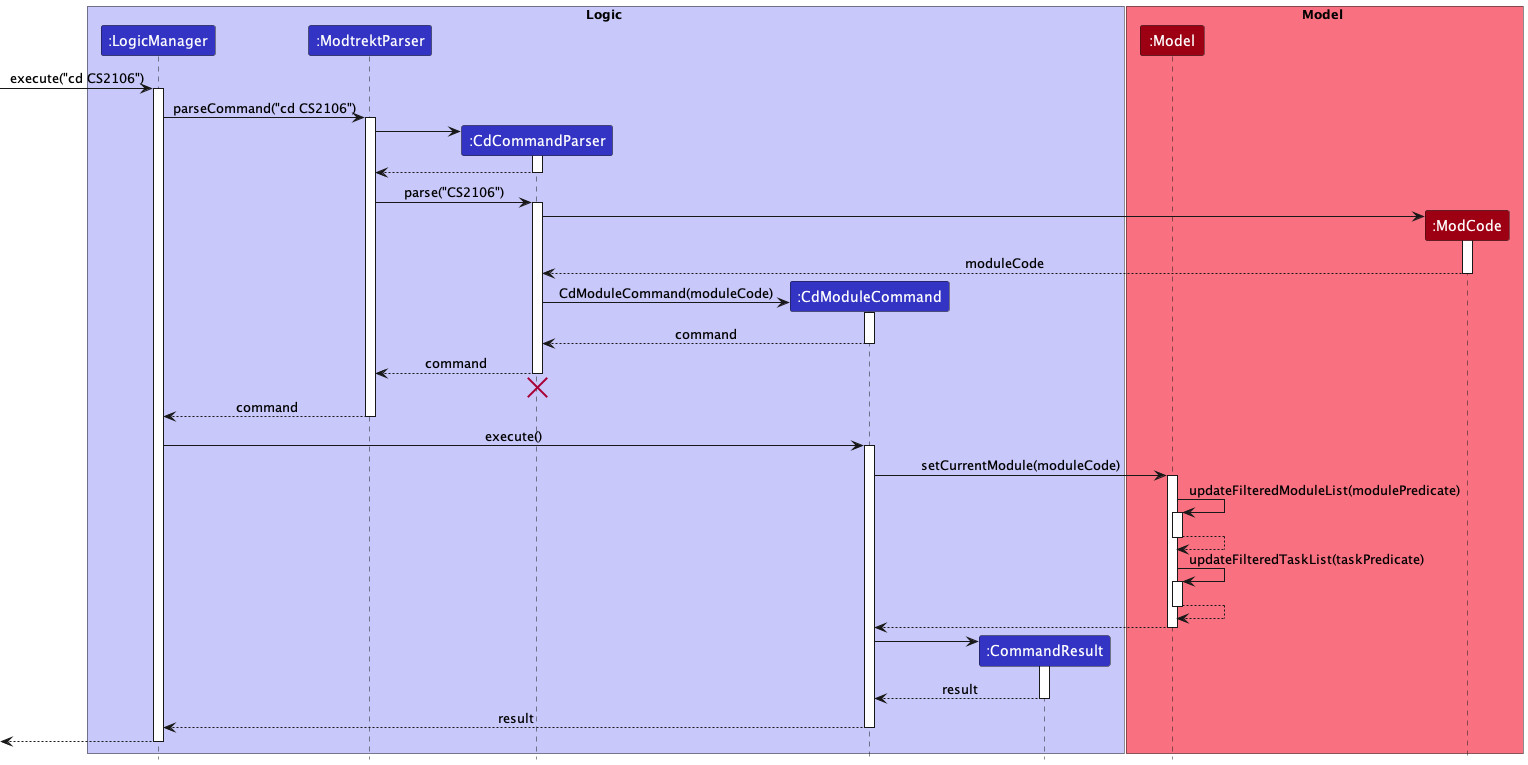
The PlantUML diagram docs/images/CdSequenceDiagram.png in nus-cs2103-AY2223S1/tp, before a commit. Its diagram source:
```plantuml
@startuml
!include ./style.puml
<style>
</style>
box Logic LOGIC_COLOR_T1
participant ":LogicManager" as LogicManager LOGIC_COLOR
participant ":ModtrektParser" as ModtrektParser LOGIC_COLOR
participant ":CdCommandParser" as CdCommandParser LOGIC_COLOR
participant ":CdModuleCommand" as CdModuleCommand LOGIC_COLOR
participant ":CommandResult" as CommandResult LOGIC_COLOR
end box

box Model MODEL_COLOR_T1
participant ":Model" as Model MODEL_COLOR
participant ":ModCode" as ModCode MODEL_COLOR
end box

[-> LogicManager : execute("cd CS2106")
activate LogicManager

LogicManager -> ModtrektParser : parseCommand("cd CS2106")
activate ModtrektParser

create CdCommandParser
ModtrektParser -> CdCommandParser
activate CdCommandParser

CdCommandParser --> ModtrektParser
deactivate CdCommandParser

ModtrektParser -> CdCommandParser : parse("CS2106")
activate CdCommandParser

create ModCode
CdCommandParser -> ModCode
activate ModCode

ModCode --> CdCommandParser : moduleCode
deactivate ModCode

create CdModuleCommand
CdCommandParser -> CdModuleCommand : CdModuleCommand(moduleCode)
activate CdModuleCommand

CdModuleCommand --> CdCommandParser : command
deactivate CdModuleCommand

CdCommandParser --> ModtrektParser : command
deactivate CdCommandParser
CdCommandParser -[hidden]-> ModtrektParser
destroy CdCommandParser

ModtrektParser --> LogicManager : command
deactivate ModtrektParser

LogicManager -> CdModuleCommand : execute()
activate CdModuleCommand

CdModuleCommand -> Model : setCurrentModule(moduleCode)
activate Model

Model -> Model : updateFilteredModuleList(modulePredicate)
activate Model
Model --> Model
deactivate Model

Model -> Model : updateFilteredTaskList(taskPredicate)
activate Model
Model --> Model
deactivate Model


Model --> CdModuleCommand
deactivate Model

create CommandResult
CdModuleCommand -> CommandResult
activate CommandResult

CommandResult --> CdModuleCommand : result
deactivate CommandResult

CdModuleCommand --> LogicManager : result
deactivate CdModuleCommand

[<--LogicManager
deactivate LogicManager
@enduml
```
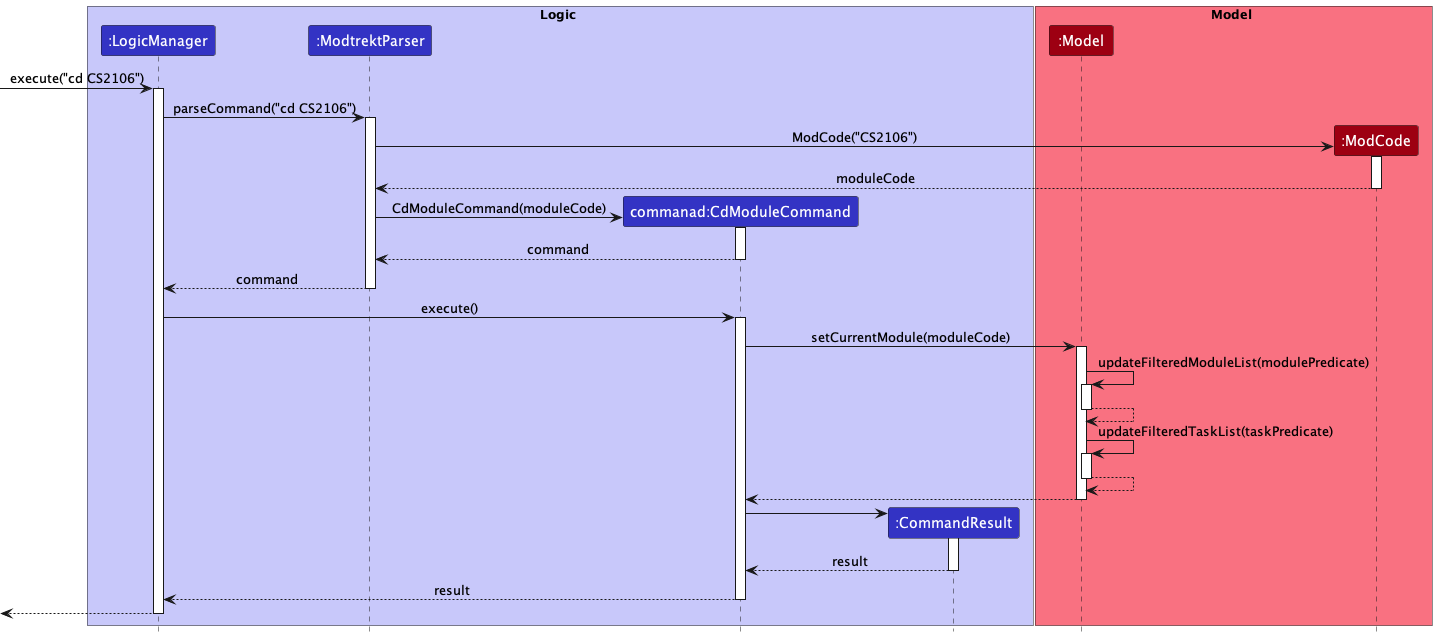
After the commit.

Commit message:
Update CdModuleCommand sequence diagram in DG

What changed in the source:
```diff
@@ -5,8 +5,7 @@
 box Logic LOGIC_COLOR_T1
 participant ":LogicManager" as LogicManager LOGIC_COLOR
 participant ":ModtrektParser" as ModtrektParser LOGIC_COLOR
-participant ":CdCommandParser" as CdCommandParser LOGIC_COLOR
-participant ":CdModuleCommand" as CdModuleCommand LOGIC_COLOR
+participant "commanad:CdModuleCommand" as CdModuleCommand LOGIC_COLOR
 participant ":CommandResult" as CommandResult LOGIC_COLOR
 end box
 
@@ -21,34 +20,19 @@
 LogicManager -> ModtrektParser : parseCommand("cd CS2106")
 activate ModtrektParser
 
-create CdCommandParser
-ModtrektParser -> CdCommandParser
-activate CdCommandParser
-
-CdCommandParser --> ModtrektParser
-deactivate CdCommandParser
-
-ModtrektParser -> CdCommandParser : parse("CS2106")
-activate CdCommandParser
-
 create ModCode
-CdCommandParser -> ModCode
+ModtrektParser -> ModCode : ModCode("CS2106")
 activate ModCode
 
-ModCode --> CdCommandParser : moduleCode
+ModCode --> ModtrektParser : moduleCode
 deactivate ModCode
 
 create CdModuleCommand
-CdCommandParser -> CdModuleCommand : CdModuleCommand(moduleCode)
+ModtrektParser -> CdModuleCommand : CdModuleCommand(moduleCode)
 activate CdModuleCommand
 
-CdModuleCommand --> CdCommandParser : command
+CdModuleCommand --> ModtrektParser : command
 deactivate CdModuleCommand
-
-CdCommandParser --> ModtrektParser : command
-deactivate CdCommandParser
-CdCommandParser -[hidden]-> ModtrektParser
-destroy CdCommandParser
 
 ModtrektParser --> LogicManager : command
 deactivate ModtrektParser
```
